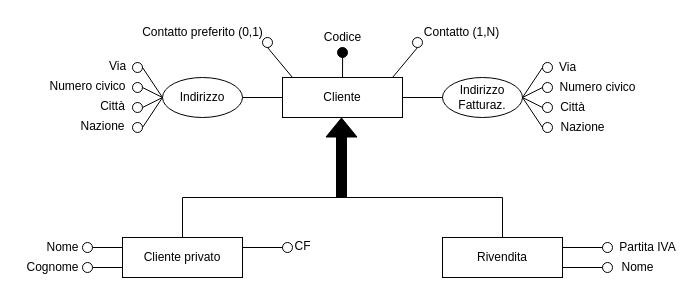
The draw.io diagram ER-diagrams/ER-Clienti.drawio in nic-agos/Verde-S.R.L, before the edit. Source tidied: cells renumbered, new cells numbered last; positions are measured from the earlier drawing's top-left corner, leaving out a move shared by most shapes. Both pictures are drawn from the tidied source at 100%, with x=0, y=0 at pixel (17, 22).
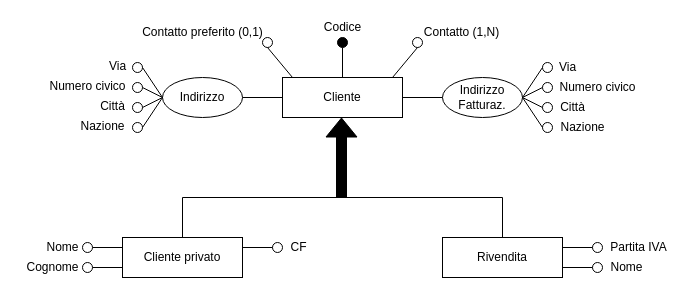
After the change.

Diff of the diagram source:
```diff
@@
-    <mxCell id="3" style="endArrow=none;html=1;rounded=0;fillColor=#000000;entryX=0.166;entryY=0;entryDx=0;entryDy=0;entryPerimeter=0;" parent="1" edge="1">
+    <mxCell id="3" style="endArrow=none;html=1;rounded=0;fillColor=#000000;entryX=0.166;entryY=0;entryDx=0;entryDy=0;entryPerimeter=0;exitX=0.5;exitY=1;exitDx=0;exitDy=0;" parent="1" edge="1" source="4">
       <mxGeometry relative="1" as="geometry">
-        <mxPoint x="325.1" y="35" as="sourcePoint" />
         <mxPoint x="325" y="55" as="targetPoint" />
       </mxGeometry>
     </mxCell>
     <mxCell id="4" style="ellipse;whiteSpace=wrap;html=1;strokeWidth=1;fillColor=#000000;" parent="1" vertex="1">
-      <mxGeometry x="320" y="25" width="10" height="10" as="geometry" />
+      <mxGeometry x="320" y="15" width="10" height="10" as="geometry" />
     </mxCell>
     <mxCell id="5" value="Codice" style="text;html=1;align=center;verticalAlign=middle;strokeColor=none;fillColor=none;" parent="1" vertex="1">
-      <mxGeometry x="300" y="5" width="50" height="20" as="geometry" />
+      <mxGeometry x="300" y="-5" width="50" height="20" as="geometry" />
     </mxCell>
@@
     <mxCell id="52" style="ellipse;whiteSpace=wrap;html=1;strokeWidth=1;fillColor=none;" parent="1" vertex="1">
-      <mxGeometry x="265" y="220" width="10" height="10" as="geometry" />
+      <mxGeometry x="255" y="220" width="10" height="10" as="geometry" />
     </mxCell>
@@
     <mxCell id="54" value="CF" style="text;html=1;align=center;verticalAlign=middle;strokeColor=none;fillColor=none;" parent="1" vertex="1">
-      <mxGeometry x="270" y="214" width="30" height="20" as="geometry" />
+      <mxGeometry x="266" y="215" width="30" height="20" as="geometry" />
     </mxCell>
     <mxCell id="55" style="ellipse;whiteSpace=wrap;html=1;strokeWidth=1;fillColor=none;" parent="1" vertex="1">
-      <mxGeometry x="585" y="220" width="10" height="10" as="geometry" />
+      <mxGeometry x="575" y="220" width="10" height="10" as="geometry" />
     </mxCell>
     <mxCell id="56" style="ellipse;whiteSpace=wrap;html=1;strokeWidth=1;fillColor=none;" parent="1" vertex="1">
-      <mxGeometry x="585" y="240" width="10" height="10" as="geometry" />
+      <mxGeometry x="575" y="240" width="10" height="10" as="geometry" />
     </mxCell>
     <mxCell id="57" value="Partita IVA" style="text;html=1;align=center;verticalAlign=middle;strokeColor=none;fillColor=none;" parent="1" vertex="1">
-      <mxGeometry x="595" y="215" width="70" height="20" as="geometry" />
+      <mxGeometry x="586" y="215" width="70" height="20" as="geometry" />
     </mxCell>
     <mxCell id="58" value="Nome" style="text;html=1;align=center;verticalAlign=middle;strokeColor=none;fillColor=none;" parent="1" vertex="1">
-      <mxGeometry x="595" y="235" width="50" height="20" as="geometry" />
+      <mxGeometry x="584" y="235" width="50" height="20" as="geometry" />
     </mxCell>
```
